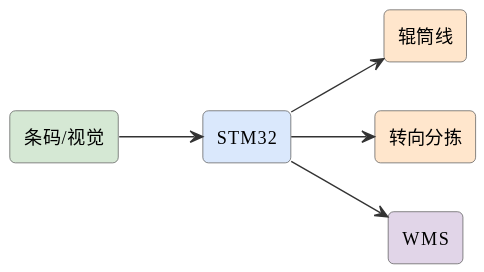
This is assets/diagrams/ideas-fig77.svg from mingyi0818/IntelligentMcuCourse, a PlantUML export, as it was before one commit.
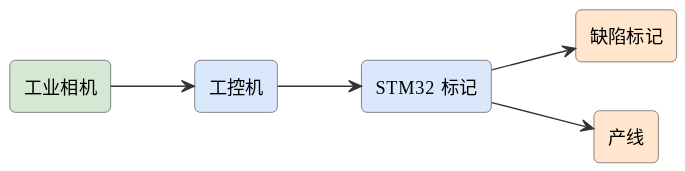
Later version of the same file.

Diff of the diagram source:
```diff
@@ -6,13 +6,13 @@
 skinparam arrowFontSize 11
 skinparam arrowColor #333
 left to right direction
-rectangle "条码/视觉" as cam #d5e8d4
-rectangle "STM32" as stm #dae8fc
-rectangle "辊筒线" as conv #ffe6cc
-rectangle "转向分拣" as sort #ffe6cc
-rectangle "WMS" as wms #e1d5e8
-cam --> stm
-stm --> conv
-stm --> sort
-stm --> wms
+rectangle "工业相机" as cam #d5e8d4
+rectangle "工控机" as pc #dae8fc
+rectangle "STM32 标记" as stm #dae8fc
+rectangle "缺陷标记" as mark #ffe6cc
+rectangle "产线" as line #ffe6cc
+cam --> pc
+pc --> stm
+stm --> mark
+stm --> line
 @enduml
```
